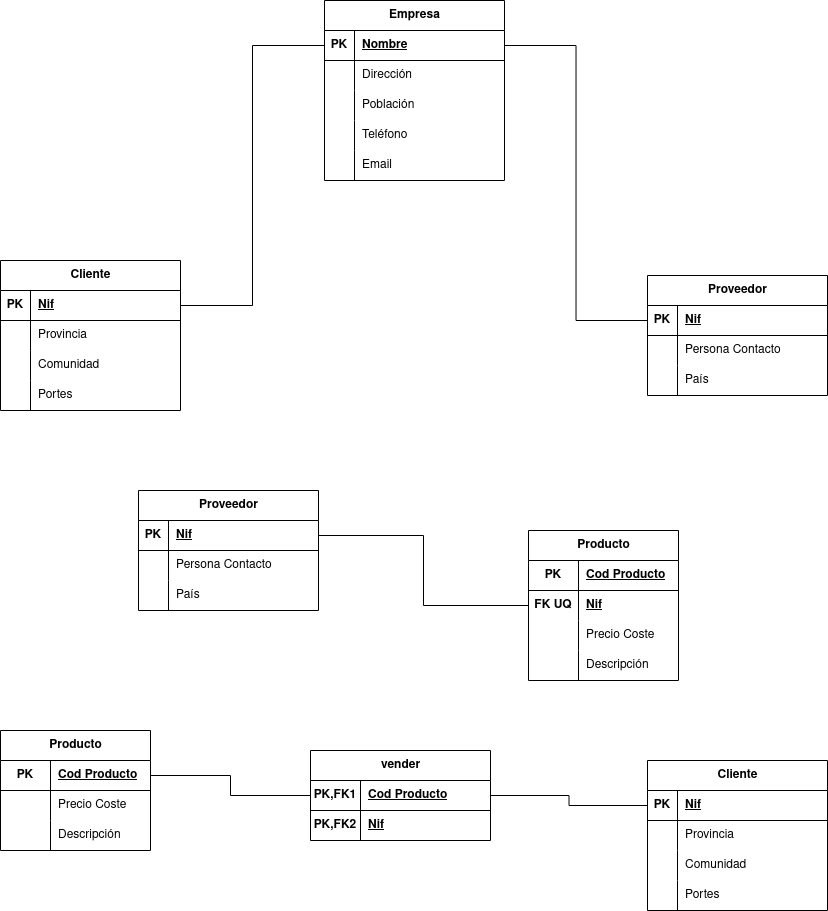
The draw.io diagram Unidad-3/Tareas/Ejercicio_Calificable-1/Ejercicio Calificable 1.drawio.png in RafaelMayor/base-datos, before a commit. Source tidied: cells renumbered, new cells last; positions are measured from the earlier drawing's top-left corner, leaving out a move shared by most shapes.
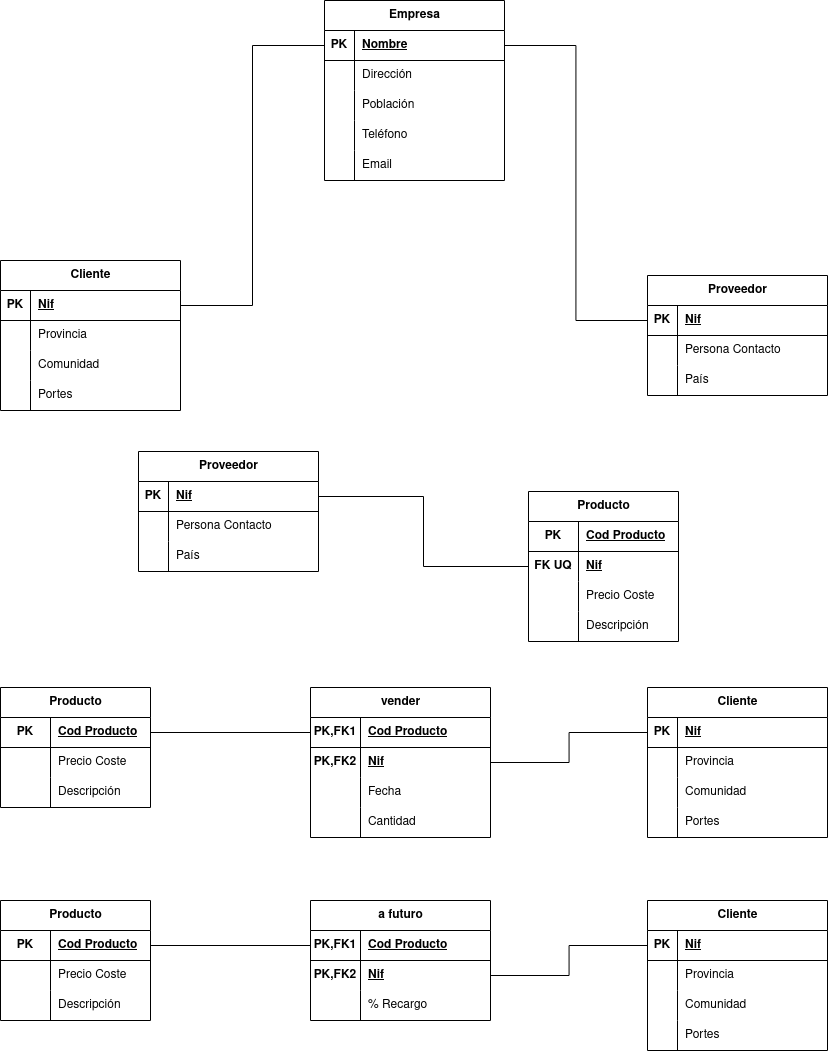
The same file after the commit.

Change to the diagram source:
```diff
@@ -126,7 +126,7 @@
       <mxGeometry relative="1" as="geometry" />
     </mxCell>
     <mxCell id="43" value="Proveedor" style="shape=table;startSize=30;rowLines=0;fontStyle=1;align=center;html=1;" parent="1" vertex="1">
-      <mxGeometry x="138" y="490" width="180" height="120" as="geometry" />
+      <mxGeometry x="138" y="451" width="180" height="120" as="geometry" />
     </mxCell>
     <mxCell id="44" style="shape=tableRow;horizontal=0;startSize=0;swimlaneHead=0;swimlaneBody=0;fillColor=none;points=[[0,0.5],[1,0.5]];portConstraint=eastwest;top=0;left=0;right=0;bottom=1;" parent="43" vertex="1">
       <mxGeometry y="30" width="180" height="30" as="geometry" />
@@ -156,7 +156,7 @@
       <mxGeometry x="30" width="150" height="30" as="geometry" />
     </mxCell>
     <mxCell id="53" value="Producto" style="shape=table;startSize=30;rowLines=0;fontStyle=1;align=center;html=1;" parent="1" vertex="1">
-      <mxGeometry x="528" y="530" width="150" height="150" as="geometry" />
+      <mxGeometry x="528" y="491" width="150" height="150" as="geometry" />
     </mxCell>
     <mxCell id="54" style="shape=tableRow;horizontal=0;startSize=0;swimlaneHead=0;swimlaneBody=0;fillColor=none;top=0;left=0;right=0;bottom=1;" parent="53" vertex="1">
       <mxGeometry y="30" width="150" height="30" as="geometry" />
@@ -198,7 +198,7 @@
       <mxGeometry relative="1" as="geometry" />
     </mxCell>
     <mxCell id="67" value="Cliente" style="shape=table;startSize=30;rowLines=0;fontStyle=1;align=center;html=1;" parent="1" vertex="1">
-      <mxGeometry x="647" y="760" width="180" height="150" as="geometry" />
+      <mxGeometry x="647" y="687" width="180" height="150" as="geometry" />
     </mxCell>
     <mxCell id="68" style="shape=tableRow;horizontal=0;startSize=0;swimlaneHead=0;swimlaneBody=0;fillColor=none;points=[[0,0.5],[1,0.5]];portConstraint=eastwest;top=0;left=0;right=0;bottom=1;" parent="67" vertex="1">
       <mxGeometry y="30" width="180" height="30" as="geometry" />
@@ -237,7 +237,7 @@
       <mxGeometry x="30" width="150" height="30" as="geometry" />
     </mxCell>
     <mxCell id="80" value="Producto" style="shape=table;startSize=30;rowLines=0;fontStyle=1;align=center;html=1;" parent="1" vertex="1">
-      <mxGeometry y="730" width="150" height="120" as="geometry" />
+      <mxGeometry y="687" width="150" height="120" as="geometry" />
     </mxCell>
     <mxCell id="81" style="shape=tableRow;horizontal=0;startSize=0;swimlaneHead=0;swimlaneBody=0;fillColor=none;points=[[0,0.5],[1,0.5]];portConstraint=eastwest;top=0;left=0;right=0;bottom=1;" parent="80" vertex="1">
       <mxGeometry y="30" width="150" height="30" as="geometry" />
@@ -267,7 +267,7 @@
       <mxGeometry x="50" width="100" height="30" as="geometry" />
     </mxCell>
     <mxCell id="90" value="vender" style="shape=table;startSize=30;rowLines=0;fontStyle=1;align=center;html=1;" parent="1" vertex="1">
-      <mxGeometry x="310" y="750" width="180" height="90" as="geometry" />
+      <mxGeometry x="310" y="687" width="180" height="150" as="geometry" />
     </mxCell>
     <mxCell id="91" style="shape=tableRow;horizontal=0;startSize=0;swimlaneHead=0;swimlaneBody=0;fillColor=none;points=[[0,0.5],[1,0.5]];portConstraint=eastwest;top=0;left=0;right=0;bottom=1;" parent="90" vertex="1">
       <mxGeometry y="30" width="180" height="30" as="geometry" />
@@ -287,11 +287,134 @@
     <mxCell id="96" value="&lt;b&gt;&lt;u&gt;Nif&lt;/u&gt;&lt;/b&gt;" style="shape=partialRectangle;fillColor=none;top=0;left=0;bottom=0;right=0;align=left;spacingLeft=6;overflow=hidden;whiteSpace=wrap;html=1;" parent="94" vertex="1">
       <mxGeometry x="50" width="130" height="30" as="geometry" />
     </mxCell>
+    <mxCell id="99" style="shape=tableRow;horizontal=0;startSize=0;swimlaneHead=0;swimlaneBody=0;fillColor=none;top=0;left=0;right=0;bottom=0;" parent="90" vertex="1">
+      <mxGeometry y="90" width="180" height="30" as="geometry" />
+    </mxCell>
+    <mxCell id="100" style="shape=partialRectangle;fillColor=none;top=0;left=0;bottom=0;right=0;overflow=hidden;whiteSpace=wrap;html=1;" parent="99" vertex="1">
+      <mxGeometry width="50" height="30" as="geometry" />
+    </mxCell>
+    <mxCell id="101" value="Fecha" style="shape=partialRectangle;fillColor=none;top=0;left=0;bottom=0;right=0;align=left;spacingLeft=6;overflow=hidden;whiteSpace=wrap;html=1;" parent="99" vertex="1">
+      <mxGeometry x="50" width="130" height="30" as="geometry" />
+    </mxCell>
+    <mxCell id="102" style="shape=tableRow;horizontal=0;startSize=0;swimlaneHead=0;swimlaneBody=0;fillColor=none;top=0;left=0;right=0;bottom=0;" parent="90" vertex="1">
+      <mxGeometry y="120" width="180" height="30" as="geometry" />
+    </mxCell>
+    <mxCell id="103" style="shape=partialRectangle;fillColor=none;top=0;left=0;bottom=0;right=0;overflow=hidden;whiteSpace=wrap;html=1;" parent="102" vertex="1">
+      <mxGeometry width="50" height="30" as="geometry" />
+    </mxCell>
+    <mxCell id="104" value="Cantidad" style="shape=partialRectangle;fillColor=none;top=0;left=0;bottom=0;right=0;align=left;spacingLeft=6;overflow=hidden;whiteSpace=wrap;html=1;" parent="102" vertex="1">
+      <mxGeometry x="50" width="130" height="30" as="geometry" />
+    </mxCell>
     <mxCell id="97" style="edgeStyle=orthogonalEdgeStyle;rounded=0;jettySize=auto;html=1;entryX=0;entryY=0.5;entryDx=0;entryDy=0;endArrow=none;endFill=0;" parent="1" edge="1" source="81" target="91">
       <mxGeometry relative="1" as="geometry" />
     </mxCell>
-    <mxCell id="98" style="edgeStyle=orthogonalEdgeStyle;rounded=0;jettySize=auto;html=1;entryX=0;entryY=0.5;entryDx=0;entryDy=0;endArrow=none;endFill=0;" parent="1" edge="1" source="91" target="68">
+    <mxCell id="98" style="edgeStyle=orthogonalEdgeStyle;rounded=0;jettySize=auto;html=1;entryX=0;entryY=0.5;entryDx=0;entryDy=0;endArrow=none;endFill=0;exitX=1;exitY=0.5;exitDx=0;exitDy=0;" parent="1" edge="1" source="94" target="68">
       <mxGeometry relative="1" as="geometry" />
     </mxCell>
+    <mxCell id="105" value="Cliente" style="shape=table;startSize=30;rowLines=0;fontStyle=1;align=center;html=1;" parent="1" vertex="1">
+      <mxGeometry x="647" y="900" width="180" height="150" as="geometry" />
+    </mxCell>
+    <mxCell id="106" style="shape=tableRow;horizontal=0;startSize=0;swimlaneHead=0;swimlaneBody=0;fillColor=none;points=[[0,0.5],[1,0.5]];portConstraint=eastwest;top=0;left=0;right=0;bottom=1;" parent="105" vertex="1">
+      <mxGeometry y="30" width="180" height="30" as="geometry" />
+    </mxCell>
+    <mxCell id="107" value="PK" style="shape=partialRectangle;fillColor=none;top=0;left=0;bottom=0;right=0;fontStyle=1;overflow=hidden;whiteSpace=wrap;html=1;" parent="106" vertex="1">
+      <mxGeometry width="30" height="30" as="geometry" />
+    </mxCell>
+    <mxCell id="108" value="Nif" style="shape=partialRectangle;fillColor=none;top=0;left=0;bottom=0;right=0;align=left;spacingLeft=6;fontStyle=5;overflow=hidden;whiteSpace=wrap;html=1;" parent="106" vertex="1">
+      <mxGeometry x="30" width="150" height="30" as="geometry" />
+    </mxCell>
+    <mxCell id="109" style="shape=tableRow;horizontal=0;startSize=0;swimlaneHead=0;swimlaneBody=0;fillColor=none;top=0;left=0;right=0;bottom=0;" parent="105" vertex="1">
+      <mxGeometry y="60" width="180" height="30" as="geometry" />
+    </mxCell>
+    <mxCell id="110" style="shape=partialRectangle;fillColor=none;top=0;left=0;bottom=0;right=0;overflow=hidden;whiteSpace=wrap;html=1;" parent="109" vertex="1">
+      <mxGeometry width="30" height="30" as="geometry" />
+    </mxCell>
+    <mxCell id="111" value="Provincia" style="shape=partialRectangle;fillColor=none;top=0;left=0;bottom=0;right=0;align=left;spacingLeft=6;overflow=hidden;whiteSpace=wrap;html=1;" parent="109" vertex="1">
+      <mxGeometry x="30" width="150" height="30" as="geometry" />
+    </mxCell>
+    <mxCell id="112" style="shape=tableRow;horizontal=0;startSize=0;swimlaneHead=0;swimlaneBody=0;fillColor=none;top=0;left=0;right=0;bottom=0;" parent="105" vertex="1">
+      <mxGeometry y="90" width="180" height="30" as="geometry" />
+    </mxCell>
+    <mxCell id="113" style="shape=partialRectangle;fillColor=none;top=0;left=0;bottom=0;right=0;overflow=hidden;whiteSpace=wrap;html=1;" parent="112" vertex="1">
+      <mxGeometry width="30" height="30" as="geometry" />
+    </mxCell>
+    <mxCell id="114" value="Comunidad" style="shape=partialRectangle;fillColor=none;top=0;left=0;bottom=0;right=0;align=left;spacingLeft=6;overflow=hidden;whiteSpace=wrap;html=1;" parent="112" vertex="1">
+      <mxGeometry x="30" width="150" height="30" as="geometry" />
+    </mxCell>
+    <mxCell id="115" style="shape=tableRow;horizontal=0;startSize=0;swimlaneHead=0;swimlaneBody=0;fillColor=none;top=0;left=0;right=0;bottom=0;" parent="105" vertex="1">
+      <mxGeometry y="120" width="180" height="30" as="geometry" />
+    </mxCell>
+    <mxCell id="116" style="shape=partialRectangle;fillColor=none;top=0;left=0;bottom=0;right=0;overflow=hidden;whiteSpace=wrap;html=1;" parent="115" vertex="1">
+      <mxGeometry width="30" height="30" as="geometry" />
+    </mxCell>
+    <mxCell id="117" value="Portes" style="shape=partialRectangle;fillColor=none;top=0;left=0;bottom=0;right=0;align=left;spacingLeft=6;overflow=hidden;whiteSpace=wrap;html=1;" parent="115" vertex="1">
+      <mxGeometry x="30" width="150" height="30" as="geometry" />
+    </mxCell>
+    <mxCell id="118" value="Producto" style="shape=table;startSize=30;rowLines=0;fontStyle=1;align=center;html=1;" parent="1" vertex="1">
+      <mxGeometry y="900" width="150" height="120" as="geometry" />
+    </mxCell>
+    <mxCell id="119" style="shape=tableRow;horizontal=0;startSize=0;swimlaneHead=0;swimlaneBody=0;fillColor=none;points=[[0,0.5],[1,0.5]];portConstraint=eastwest;top=0;left=0;right=0;bottom=1;" parent="118" vertex="1">
+      <mxGeometry y="30" width="150" height="30" as="geometry" />
+    </mxCell>
+    <mxCell id="120" value="PK" style="shape=partialRectangle;fillColor=none;top=0;left=0;bottom=0;right=0;fontStyle=1;overflow=hidden;whiteSpace=wrap;html=1;" parent="119" vertex="1">
+      <mxGeometry width="50" height="30" as="geometry" />
+    </mxCell>
+    <mxCell id="121" value="Cod Producto" style="shape=partialRectangle;fillColor=none;top=0;left=0;bottom=0;right=0;align=left;spacingLeft=6;fontStyle=5;overflow=hidden;whiteSpace=wrap;html=1;" parent="119" vertex="1">
+      <mxGeometry x="50" width="100" height="30" as="geometry" />
+    </mxCell>
+    <mxCell id="122" style="shape=tableRow;horizontal=0;startSize=0;swimlaneHead=0;swimlaneBody=0;fillColor=none;top=0;left=0;right=0;bottom=0;" parent="118" vertex="1">
+      <mxGeometry y="60" width="150" height="30" as="geometry" />
+    </mxCell>
+    <mxCell id="123" style="shape=partialRectangle;fillColor=none;top=0;left=0;bottom=0;right=0;overflow=hidden;whiteSpace=wrap;html=1;" parent="122" vertex="1">
+      <mxGeometry width="50" height="30" as="geometry" />
+    </mxCell>
+    <mxCell id="124" value="Precio Coste" style="shape=partialRectangle;fillColor=none;top=0;left=0;bottom=0;right=0;align=left;spacingLeft=6;overflow=hidden;whiteSpace=wrap;html=1;" parent="122" vertex="1">
+      <mxGeometry x="50" width="100" height="30" as="geometry" />
+    </mxCell>
+    <mxCell id="125" style="shape=tableRow;horizontal=0;startSize=0;swimlaneHead=0;swimlaneBody=0;fillColor=none;top=0;left=0;right=0;bottom=0;" parent="118" vertex="1">
+      <mxGeometry y="90" width="150" height="30" as="geometry" />
+    </mxCell>
+    <mxCell id="126" style="shape=partialRectangle;fillColor=none;top=0;left=0;bottom=0;right=0;overflow=hidden;whiteSpace=wrap;html=1;" parent="125" vertex="1">
+      <mxGeometry width="50" height="30" as="geometry" />
+    </mxCell>
+    <mxCell id="127" value="Descripción" style="shape=partialRectangle;fillColor=none;top=0;left=0;bottom=0;right=0;align=left;spacingLeft=6;overflow=hidden;whiteSpace=wrap;html=1;" parent="125" vertex="1">
+      <mxGeometry x="50" width="100" height="30" as="geometry" />
+    </mxCell>
+    <mxCell id="128" value="a futuro" style="shape=table;startSize=30;rowLines=0;fontStyle=1;align=center;html=1;" parent="1" vertex="1">
+      <mxGeometry x="310" y="900" width="180" height="120" as="geometry" />
+    </mxCell>
+    <mxCell id="129" style="shape=tableRow;horizontal=0;startSize=0;swimlaneHead=0;swimlaneBody=0;fillColor=none;points=[[0,0.5],[1,0.5]];portConstraint=eastwest;top=0;left=0;right=0;bottom=1;" parent="128" vertex="1">
+      <mxGeometry y="30" width="180" height="30" as="geometry" />
+    </mxCell>
+    <mxCell id="130" value="PK,FK1" style="shape=partialRectangle;fillColor=none;top=0;left=0;bottom=0;right=0;fontStyle=1;overflow=hidden;whiteSpace=wrap;html=1;" parent="129" vertex="1">
+      <mxGeometry width="50" height="30" as="geometry" />
+    </mxCell>
+    <mxCell id="131" value="Cod Producto" style="shape=partialRectangle;fillColor=none;top=0;left=0;bottom=0;right=0;align=left;spacingLeft=6;fontStyle=5;overflow=hidden;whiteSpace=wrap;html=1;" parent="129" vertex="1">
+      <mxGeometry x="50" width="130" height="30" as="geometry" />
+    </mxCell>
+    <mxCell id="132" style="shape=tableRow;horizontal=0;startSize=0;swimlaneHead=0;swimlaneBody=0;fillColor=none;points=[[0,0.5],[1,0.5]];portConstraint=eastwest;top=0;left=0;right=0;bottom=0;" parent="128" vertex="1">
+      <mxGeometry y="60" width="180" height="30" as="geometry" />
+    </mxCell>
+    <mxCell id="133" value="&lt;b&gt;PK,FK2&lt;/b&gt;" style="shape=partialRectangle;fillColor=none;top=0;left=0;bottom=0;right=0;overflow=hidden;whiteSpace=wrap;html=1;" parent="132" vertex="1">
+      <mxGeometry width="50" height="30" as="geometry" />
+    </mxCell>
+    <mxCell id="134" value="&lt;b&gt;&lt;u&gt;Nif&lt;/u&gt;&lt;/b&gt;" style="shape=partialRectangle;fillColor=none;top=0;left=0;bottom=0;right=0;align=left;spacingLeft=6;overflow=hidden;whiteSpace=wrap;html=1;" parent="132" vertex="1">
+      <mxGeometry x="50" width="130" height="30" as="geometry" />
+    </mxCell>
+    <mxCell id="135" style="shape=tableRow;horizontal=0;startSize=0;swimlaneHead=0;swimlaneBody=0;fillColor=none;top=0;left=0;right=0;bottom=0;" parent="128" vertex="1">
+      <mxGeometry y="90" width="180" height="30" as="geometry" />
+    </mxCell>
+    <mxCell id="136" style="shape=partialRectangle;fillColor=none;top=0;left=0;bottom=0;right=0;overflow=hidden;whiteSpace=wrap;html=1;" parent="135" vertex="1">
+      <mxGeometry width="50" height="30" as="geometry" />
+    </mxCell>
+    <mxCell id="137" value="% Recargo" style="shape=partialRectangle;fillColor=none;top=0;left=0;bottom=0;right=0;align=left;spacingLeft=6;overflow=hidden;whiteSpace=wrap;html=1;" parent="135" vertex="1">
+      <mxGeometry x="50" width="130" height="30" as="geometry" />
+    </mxCell>
+    <mxCell id="138" style="edgeStyle=orthogonalEdgeStyle;rounded=0;jettySize=auto;html=1;entryX=0;entryY=0.5;entryDx=0;entryDy=0;endArrow=none;endFill=0;" parent="1" edge="1" source="119" target="129">
+      <mxGeometry relative="1" as="geometry" />
+    </mxCell>
+    <mxCell id="139" style="edgeStyle=orthogonalEdgeStyle;rounded=0;jettySize=auto;html=1;entryX=0;entryY=0.5;entryDx=0;entryDy=0;endArrow=none;endFill=0;exitX=1;exitY=0.5;exitDx=0;exitDy=0;" parent="1" edge="1" source="132" target="106">
+      <mxGeometry relative="1" as="geometry" />
+    </mxCell>
   </root>
 </mxGraphModel>
```
